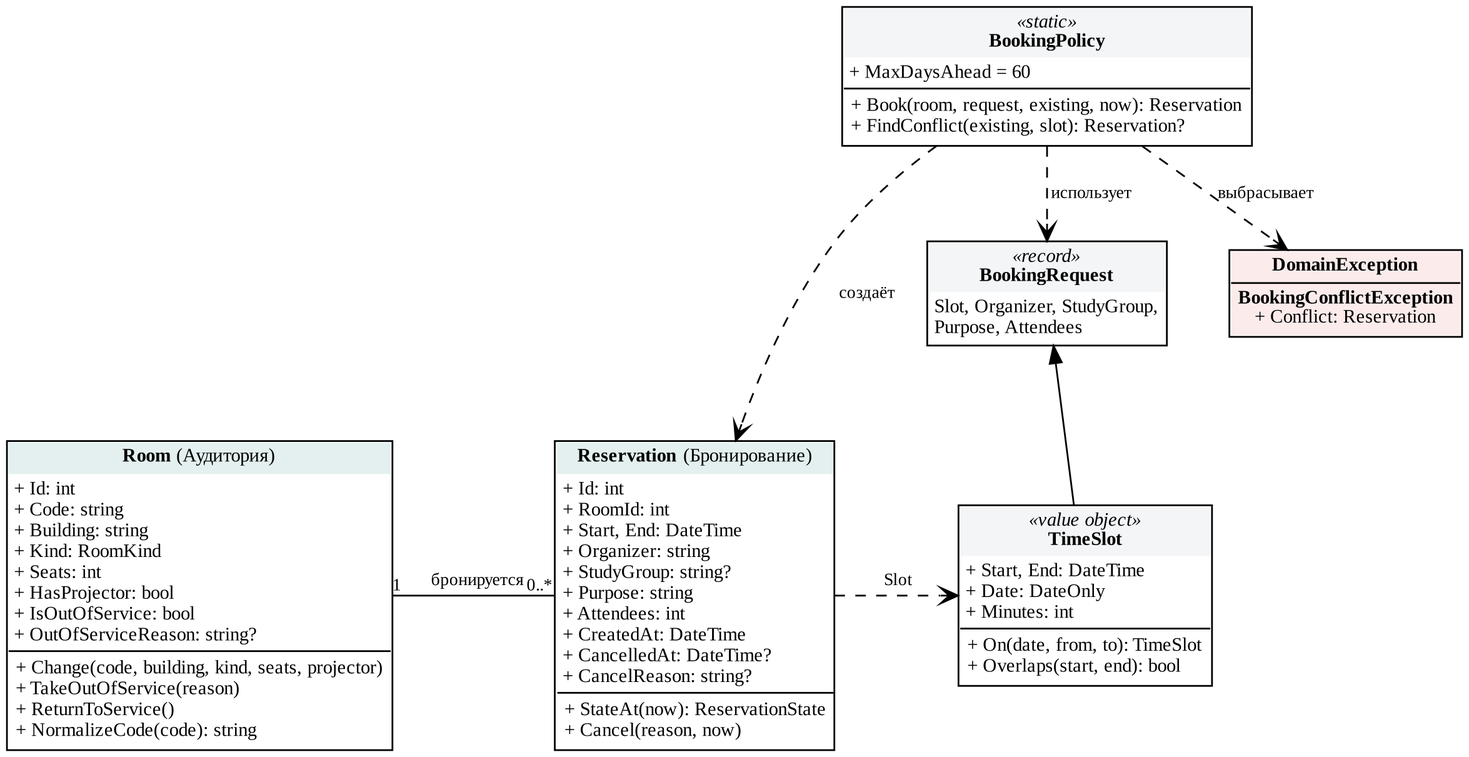
This is docs/report/diagrams/classes.png from Black287234/KP-shahin, a Graphviz export, as it was before one commit. Its source is kept beside it as docs/report/diagrams/classes.dot. Its diagram source:
```dot
digraph G {
  graph [rankdir=TB, fontname="Liberation Serif", nodesep=0.5, ranksep=0.6, bgcolor=white];
  node [shape=plain, fontname="Liberation Serif", fontsize=11];
  edge [fontname="Liberation Serif", fontsize=10];

  Room [label=<
  <table border="1" cellborder="0" cellspacing="0" cellpadding="3">
   <tr><td bgcolor="#e3f0ef"><b>Room</b> (Аудитория)</td></tr>
   <tr><td align="left" balign="left">+ Id: int<br/>+ Code: string<br/>+ Building: string<br/>+ Kind: RoomKind<br/>+ Seats: int<br/>+ HasProjector: bool<br/>+ IsOutOfService: bool<br/>+ OutOfServiceReason: string?</td></tr>
   <tr><td align="left" balign="left" border="1" sides="t">+ Change(code, building, kind, seats, projector)<br/>+ TakeOutOfService(reason)<br/>+ ReturnToService()<br/>+ NormalizeCode(code): string</td></tr>
  </table>>];

  Reservation [label=<
  <table border="1" cellborder="0" cellspacing="0" cellpadding="3">
   <tr><td bgcolor="#e3f0ef"><b>Reservation</b> (Бронирование)</td></tr>
   <tr><td align="left" balign="left">+ Id: int<br/>+ RoomId: int<br/>+ Start, End: DateTime<br/>+ Organizer: string<br/>+ StudyGroup: string?<br/>+ Purpose: string<br/>+ Attendees: int<br/>+ CreatedAt: DateTime<br/>+ CancelledAt: DateTime?<br/>+ CancelReason: string?</td></tr>
   <tr><td align="left" balign="left" border="1" sides="t">+ StateAt(now): ReservationState<br/>+ Cancel(reason, now)</td></tr>
  </table>>];

  TimeSlot [label=<
  <table border="1" cellborder="0" cellspacing="0" cellpadding="3">
   <tr><td bgcolor="#f3f5f7"><i>«value object»</i><br/><b>TimeSlot</b></td></tr>
   <tr><td align="left" balign="left">+ Start, End: DateTime<br/>+ Date: DateOnly<br/>+ Minutes: int</td></tr>
   <tr><td align="left" balign="left" border="1" sides="t">+ On(date, from, to): TimeSlot<br/>+ Overlaps(start, end): bool</td></tr>
  </table>>];

  Policy [label=<
  <table border="1" cellborder="0" cellspacing="0" cellpadding="3">
   <tr><td bgcolor="#f3f5f7"><i>«static»</i><br/><b>BookingPolicy</b></td></tr>
   <tr><td align="left" balign="left">+ MaxDaysAhead = 60</td></tr>
   <tr><td align="left" balign="left" border="1" sides="t">+ Book(room, request, existing, now): Reservation<br/>+ FindConflict(existing, slot): Reservation?</td></tr>
  </table>>];

  Request [label=<
  <table border="1" cellborder="0" cellspacing="0" cellpadding="3">
   <tr><td bgcolor="#f3f5f7"><i>«record»</i><br/><b>BookingRequest</b></td></tr>
   <tr><td align="left" balign="left">Slot, Organizer, StudyGroup,<br/>Purpose, Attendees</td></tr>
  </table>>];

  Exc [label=<
  <table border="1" cellborder="0" cellspacing="0" cellpadding="3">
   <tr><td bgcolor="#fbeceb"><b>DomainException</b></td></tr>
   <tr><td bgcolor="#fbeceb" border="1" sides="t"><b>BookingConflictException</b><br/>+ Conflict: Reservation</td></tr>
  </table>>];

  Room -> Reservation [arrowhead=none, taillabel="1", headlabel="0..*", label="  бронируется"];
  Reservation -> TimeSlot [style=dashed, arrowhead=vee, label=" Slot"];
  Policy -> Reservation [style=dashed, arrowhead=vee, label=" создаёт"];
  Policy -> Request [style=dashed, arrowhead=vee, label=" использует"];
  Request -> TimeSlot [arrowhead=diamond, dir=back, label=" "];
  Policy -> Exc [style=dashed, arrowhead=vee, label=" выбрасывает"];
  {rank=same; Room; Reservation; TimeSlot}
}
```
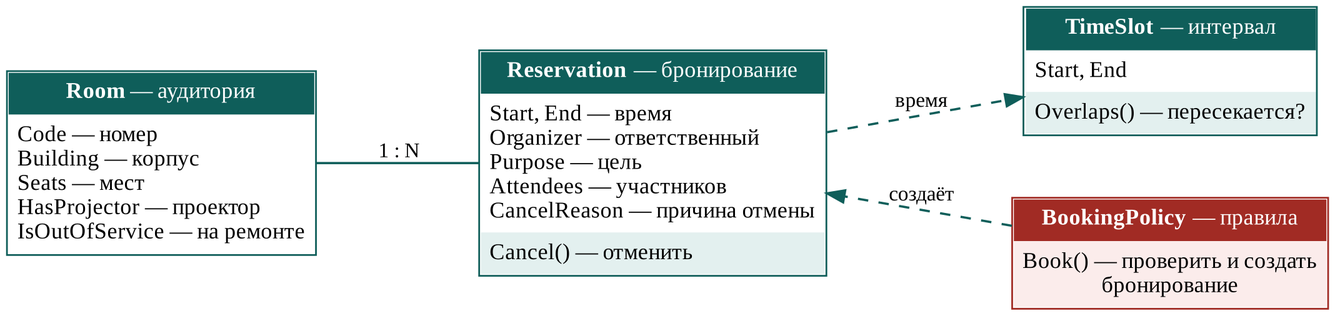
After the commit.

What changed in the source:
```diff
@@ -1,53 +1,23 @@
 digraph G {
-  graph [rankdir=TB, fontname="Liberation Serif", nodesep=0.5, ranksep=0.6, bgcolor=white];
-  node [shape=plain, fontname="Liberation Serif", fontsize=11];
-  edge [fontname="Liberation Serif", fontsize=10];
-
-  Room [label=<
-  <table border="1" cellborder="0" cellspacing="0" cellpadding="3">
-   <tr><td bgcolor="#e3f0ef"><b>Room</b> (Аудитория)</td></tr>
-   <tr><td align="left" balign="left">+ Id: int<br/>+ Code: string<br/>+ Building: string<br/>+ Kind: RoomKind<br/>+ Seats: int<br/>+ HasProjector: bool<br/>+ IsOutOfService: bool<br/>+ OutOfServiceReason: string?</td></tr>
-   <tr><td align="left" balign="left" border="1" sides="t">+ Change(code, building, kind, seats, projector)<br/>+ TakeOutOfService(reason)<br/>+ ReturnToService()<br/>+ NormalizeCode(code): string</td></tr>
-  </table>>];
-
-  Reservation [label=<
-  <table border="1" cellborder="0" cellspacing="0" cellpadding="3">
-   <tr><td bgcolor="#e3f0ef"><b>Reservation</b> (Бронирование)</td></tr>
-   <tr><td align="left" balign="left">+ Id: int<br/>+ RoomId: int<br/>+ Start, End: DateTime<br/>+ Organizer: string<br/>+ StudyGroup: string?<br/>+ Purpose: string<br/>+ Attendees: int<br/>+ CreatedAt: DateTime<br/>+ CancelledAt: DateTime?<br/>+ CancelReason: string?</td></tr>
-   <tr><td align="left" balign="left" border="1" sides="t">+ StateAt(now): ReservationState<br/>+ Cancel(reason, now)</td></tr>
-  </table>>];
-
-  TimeSlot [label=<
-  <table border="1" cellborder="0" cellspacing="0" cellpadding="3">
-   <tr><td bgcolor="#f3f5f7"><i>«value object»</i><br/><b>TimeSlot</b></td></tr>
-   <tr><td align="left" balign="left">+ Start, End: DateTime<br/>+ Date: DateOnly<br/>+ Minutes: int</td></tr>
-   <tr><td align="left" balign="left" border="1" sides="t">+ On(date, from, to): TimeSlot<br/>+ Overlaps(start, end): bool</td></tr>
-  </table>>];
-
-  Policy [label=<
-  <table border="1" cellborder="0" cellspacing="0" cellpadding="3">
-   <tr><td bgcolor="#f3f5f7"><i>«static»</i><br/><b>BookingPolicy</b></td></tr>
-   <tr><td align="left" balign="left">+ MaxDaysAhead = 60</td></tr>
-   <tr><td align="left" balign="left" border="1" sides="t">+ Book(room, request, existing, now): Reservation<br/>+ FindConflict(existing, slot): Reservation?</td></tr>
-  </table>>];
-
-  Request [label=<
-  <table border="1" cellborder="0" cellspacing="0" cellpadding="3">
-   <tr><td bgcolor="#f3f5f7"><i>«record»</i><br/><b>BookingRequest</b></td></tr>
-   <tr><td align="left" balign="left">Slot, Organizer, StudyGroup,<br/>Purpose, Attendees</td></tr>
-  </table>>];
-
-  Exc [label=<
-  <table border="1" cellborder="0" cellspacing="0" cellpadding="3">
-   <tr><td bgcolor="#fbeceb"><b>DomainException</b></td></tr>
-   <tr><td bgcolor="#fbeceb" border="1" sides="t"><b>BookingConflictException</b><br/>+ Conflict: Reservation</td></tr>
-  </table>>];
-
-  Room -> Reservation [arrowhead=none, taillabel="1", headlabel="0..*", label="  бронируется"];
-  Reservation -> TimeSlot [style=dashed, arrowhead=vee, label=" Slot"];
-  Policy -> Reservation [style=dashed, arrowhead=vee, label=" создаёт"];
-  Policy -> Request [style=dashed, arrowhead=vee, label=" использует"];
-  Request -> TimeSlot [arrowhead=diamond, dir=back, label=" "];
-  Policy -> Exc [style=dashed, arrowhead=vee, label=" выбрасывает"];
-  {rank=same; Room; Reservation; TimeSlot}
+  graph [rankdir=LR, fontname="Liberation Serif", bgcolor=white, nodesep=0.5, ranksep=0.9];
+  node [shape=plain, fontname="Liberation Serif", fontsize=13];
+  edge [fontname="Liberation Serif", fontsize=12, color="#0f5e5a", penwidth=1.3];
+  Room [label=<<table border="1" cellborder="0" cellspacing="0" cellpadding="5" color="#0f5e5a">
+   <tr><td bgcolor="#0f5e5a"><font color="white"><b>Room</b> — аудитория</font></td></tr>
+   <tr><td align="left" balign="left">Code — номер<br/>Building — корпус<br/>Seats — мест<br/>HasProjector — проектор<br/>IsOutOfService — на ремонте</td></tr></table>>];
+  Res [label=<<table border="1" cellborder="0" cellspacing="0" cellpadding="5" color="#0f5e5a">
+   <tr><td bgcolor="#0f5e5a"><font color="white"><b>Reservation</b> — бронирование</font></td></tr>
+   <tr><td align="left" balign="left">Start, End — время<br/>Organizer — ответственный<br/>Purpose — цель<br/>Attendees — участников<br/>CancelReason — причина отмены</td></tr>
+   <tr><td align="left" bgcolor="#e3f0ef">Cancel() — отменить</td></tr></table>>];
+  Slot [label=<<table border="1" cellborder="0" cellspacing="0" cellpadding="5" color="#0f5e5a">
+   <tr><td bgcolor="#0f5e5a"><font color="white"><b>TimeSlot</b> — интервал</font></td></tr>
+   <tr><td align="left">Start, End</td></tr>
+   <tr><td align="left" bgcolor="#e3f0ef">Overlaps() — пересекается?</td></tr></table>>];
+  Pol [label=<<table border="1" cellborder="0" cellspacing="0" cellpadding="5" color="#a12b24">
+   <tr><td bgcolor="#a12b24"><font color="white"><b>BookingPolicy</b> — правила</font></td></tr>
+   <tr><td align="left" bgcolor="#fbeceb">Book() — проверить и создать<br/>бронирование</td></tr></table>>];
+  Room -> Res [label=" 1 : N", arrowhead=none];
+  Res -> Slot [label=" время", style=dashed];
+  Pol -> Res [label=" создаёт", style=dashed];
+  {rank=same; Pol; Slot}
 }
```
